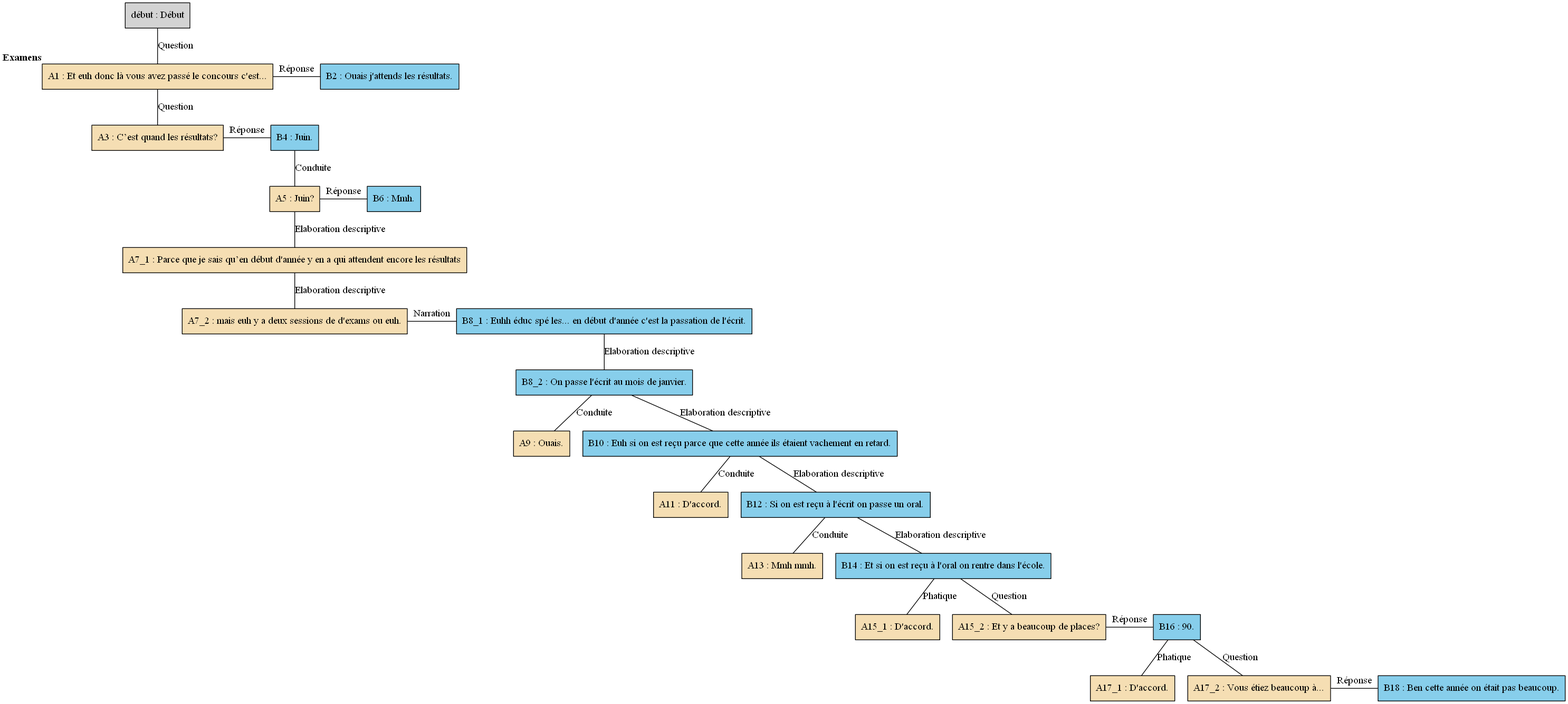
Above: arbres/Concours/Concours_-_E02.gv.png in AlaixComet/AnnotationSlamPTut (Graphviz), before the change. Its source is kept beside it as arbres/Concours/Concours_-_E02.gv. The source it was exported from:
```dot
digraph E02 {
	node [shape=box style=filled]
	"début" [label="début : Début" xlabel=""]
	A1 [label="A1 : Et euh donc là vous avez passé le concours c'est..." fillcolor=wheat xlabel=<<B>Examens</B>>]
	B2 [label="B2 : Ouais j'attends les résultats." fillcolor=skyblue xlabel=""]
	A3 [label="A3 : C’est quand les résultats?" fillcolor=wheat xlabel=""]
	B4 [label="B4 : Juin." fillcolor=skyblue xlabel=""]
	A5 [label="A5 : Juin?" fillcolor=wheat xlabel=""]
	B6 [label="B6 : Mmh." fillcolor=skyblue xlabel=""]
	A7_1 [label="A7_1 : Parce que je sais qu’en début d'année y en a qui attendent encore les résultats" fillcolor=wheat xlabel=""]
	A7_2 [label="A7_2 : mais euh y a deux sessions de d'exams ou euh." fillcolor=wheat xlabel=""]
	B8_1 [label="B8_1 : Euhh éduc spé les... en début d'année c'est la passation de l'écrit." fillcolor=skyblue xlabel=""]
	B8_2 [label="B8_2 : On passe l'écrit au mois de janvier." fillcolor=skyblue xlabel=""]
	A9 [label="A9 : Ouais." fillcolor=wheat xlabel=""]
	B10 [label="B10 : Euh si on est reçu parce que cette année ils étaient vachement en retard." fillcolor=skyblue xlabel=""]
	A11 [label="A11 : D'accord." fillcolor=wheat xlabel=""]
	B12 [label="B12 : Si on est reçu à l'écrit on passe un oral." fillcolor=skyblue xlabel=""]
	A13 [label="A13 : Mmh mmh." fillcolor=wheat xlabel=""]
	B14 [label="B14 : Et si on est reçu à l'oral on rentre dans l'école." fillcolor=skyblue xlabel=""]
	A15_1 [label="A15_1 : D'accord." fillcolor=wheat xlabel=""]
	A15_2 [label="A15_2 : Et y a beaucoup de places?" fillcolor=wheat xlabel=""]
	B16 [label="B16 : 90." fillcolor=skyblue xlabel=""]
	A17_1 [label="A17_1 : D'accord." fillcolor=wheat xlabel=""]
	A17_2 [label="A17_2 : Vous étiez beaucoup à..." fillcolor=wheat xlabel=""]
	B18 [label="B18 : Ben cette année on était pas beaucoup." fillcolor=skyblue xlabel=""]
	{
		rank=same
		A1
		B2
		A1 -> B2 [label="Réponse" dir=none]
	}
	A1 -> A3 [label=Question dir=none]
	{
		rank=same
		A3
		B4
		A3 -> B4 [label="Réponse" dir=none]
	}
	B4 -> A5 [label=Conduite dir=none]
	"début" -> A1 [label=Question dir=none]
	{
		rank=same
		A5
		B6
		A5 -> B6 [label="Réponse" dir=none]
	}
	A5 -> A7_1 [label="Elaboration descriptive" dir=none]
	A7_1 -> A7_2 [label="Elaboration descriptive" dir=none]
	B14 -> A15_1 [label=Phatique dir=none]
	B14 -> A15_2 [label=Question dir=none]
	{
		rank=same
		A15_2
		B16
		A15_2 -> B16 [label="Réponse" dir=none]
	}
	B16 -> A17_2 [label=Question dir=none]
	B16 -> A17_1 [label=Phatique dir=none]
	{
		rank=same
		A17_2
		B18
		A17_2 -> B18 [label="Réponse" dir=none]
	}
	{
		rank=same
		A7_2
		B8_1
		A7_2 -> B8_1 [label=Narration dir=none]
	}
	B8_1 -> B8_2 [label="Elaboration descriptive" dir=none]
	B8_2 -> A9 [label=Conduite dir=none]
	B8_2 -> B10 [label="Elaboration descriptive" dir=none]
	B10 -> A11 [label=Conduite dir=none]
	B12 -> A13 [label=Conduite dir=none]
	B12 -> B14 [label="Elaboration descriptive" dir=none]
	B10 -> B12 [label="Elaboration descriptive" dir=none]
}
```
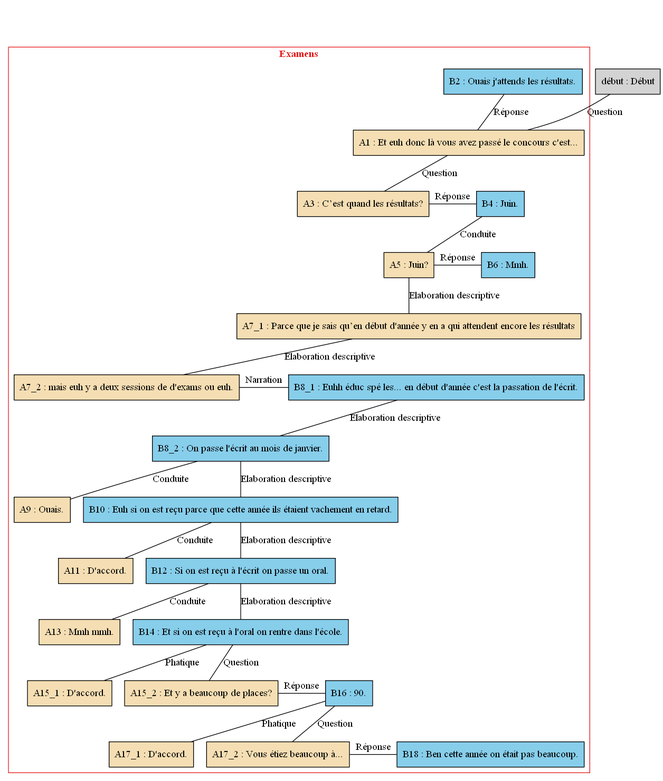
After the change.

What changed in the source:
```diff
@@ -1,78 +1,85 @@
 digraph E02 {
 	node [shape=box style=filled]
-	"début" [label="début : Début" xlabel=""]
-	A1 [label="A1 : Et euh donc là vous avez passé le concours c'est..." fillcolor=wheat xlabel=<<B>Examens</B>>]
-	B2 [label="B2 : Ouais j'attends les résultats." fillcolor=skyblue xlabel=""]
-	A3 [label="A3 : C’est quand les résultats?" fillcolor=wheat xlabel=""]
-	B4 [label="B4 : Juin." fillcolor=skyblue xlabel=""]
-	A5 [label="A5 : Juin?" fillcolor=wheat xlabel=""]
-	B6 [label="B6 : Mmh." fillcolor=skyblue xlabel=""]
-	A7_1 [label="A7_1 : Parce que je sais qu’en début d'année y en a qui attendent encore les résultats" fillcolor=wheat xlabel=""]
-	A7_2 [label="A7_2 : mais euh y a deux sessions de d'exams ou euh." fillcolor=wheat xlabel=""]
-	B8_1 [label="B8_1 : Euhh éduc spé les... en début d'année c'est la passation de l'écrit." fillcolor=skyblue xlabel=""]
-	B8_2 [label="B8_2 : On passe l'écrit au mois de janvier." fillcolor=skyblue xlabel=""]
-	A9 [label="A9 : Ouais." fillcolor=wheat xlabel=""]
-	B10 [label="B10 : Euh si on est reçu parce que cette année ils étaient vachement en retard." fillcolor=skyblue xlabel=""]
-	A11 [label="A11 : D'accord." fillcolor=wheat xlabel=""]
-	B12 [label="B12 : Si on est reçu à l'écrit on passe un oral." fillcolor=skyblue xlabel=""]
-	A13 [label="A13 : Mmh mmh." fillcolor=wheat xlabel=""]
-	B14 [label="B14 : Et si on est reçu à l'oral on rentre dans l'école." fillcolor=skyblue xlabel=""]
-	A15_1 [label="A15_1 : D'accord." fillcolor=wheat xlabel=""]
-	A15_2 [label="A15_2 : Et y a beaucoup de places?" fillcolor=wheat xlabel=""]
-	B16 [label="B16 : 90." fillcolor=skyblue xlabel=""]
-	A17_1 [label="A17_1 : D'accord." fillcolor=wheat xlabel=""]
-	A17_2 [label="A17_2 : Vous étiez beaucoup à..." fillcolor=wheat xlabel=""]
-	B18 [label="B18 : Ben cette année on était pas beaucoup." fillcolor=skyblue xlabel=""]
-	{
-		rank=same
+	newrank=true
+	zero [style=invis]
+	"début" [label="début : Début"]
+	A1 [label="A1 : Et euh donc là vous avez passé le concours c'est..." fillcolor=wheat]
+	B2 [label="B2 : Ouais j'attends les résultats." fillcolor=skyblue]
+	A3 [label="A3 : C’est quand les résultats?" fillcolor=wheat]
+	B4 [label="B4 : Juin." fillcolor=skyblue]
+	A5 [label="A5 : Juin?" fillcolor=wheat]
+	B6 [label="B6 : Mmh." fillcolor=skyblue]
+	A7_1 [label="A7_1 : Parce que je sais qu’en début d'année y en a qui attendent encore les résultats" fillcolor=wheat]
+	A7_2 [label="A7_2 : mais euh y a deux sessions de d'exams ou euh." fillcolor=wheat]
+	B8_1 [label="B8_1 : Euhh éduc spé les... en début d'année c'est la passation de l'écrit." fillcolor=skyblue]
+	B8_2 [label="B8_2 : On passe l'écrit au mois de janvier." fillcolor=skyblue]
+	A9 [label="A9 : Ouais." fillcolor=wheat]
+	B10 [label="B10 : Euh si on est reçu parce que cette année ils étaient vachement en retard." fillcolor=skyblue]
+	A11 [label="A11 : D'accord." fillcolor=wheat]
+	B12 [label="B12 : Si on est reçu à l'écrit on passe un oral." fillcolor=skyblue]
+	A13 [label="A13 : Mmh mmh." fillcolor=wheat]
+	B14 [label="B14 : Et si on est reçu à l'oral on rentre dans l'école." fillcolor=skyblue]
+	A15_1 [label="A15_1 : D'accord." fillcolor=wheat]
+	A15_2 [label="A15_2 : Et y a beaucoup de places?" fillcolor=wheat]
+	B16 [label="B16 : 90." fillcolor=skyblue]
+	A17_1 [label="A17_1 : D'accord." fillcolor=wheat]
+	A17_2 [label="A17_2 : Vous étiez beaucoup à..." fillcolor=wheat]
+	B18 [label="B18 : Ben cette année on était pas beaucoup." fillcolor=skyblue]
+	zero -> "début" [label="" style=invis]
+	zero -> B2 [style=invis weight=1]
+	A1 -> B2 [label="Réponse" constraint=false dir=none]
+	A1 -> A3 [label=Question dir=none weight=2]
+	A1 -> B4 [style=invis weight=1]
+	A3 -> B4 [label="Réponse" constraint=false dir=none]
+	B4 -> A5 [label=Conduite dir=none weight=2]
+	"début" -> A1 [label=Question dir=none weight=2]
+	B4 -> B6 [style=invis weight=1]
+	A5 -> B6 [label="Réponse" constraint=false dir=none]
+	A5 -> A7_1 [label="Elaboration descriptive" dir=none weight=2]
+	A7_1 -> A7_2 [label="Elaboration descriptive" dir=none weight=2]
+	B14 -> A15_1 [label=Phatique dir=none weight=2]
+	B14 -> A15_2 [label=Question dir=none weight=2]
+	B14 -> B16 [style=invis weight=1]
+	A15_2 -> B16 [label="Réponse" constraint=false dir=none]
+	B16 -> A17_2 [label=Question dir=none weight=2]
+	B16 -> A17_1 [label=Phatique dir=none weight=2]
+	B16 -> B18 [style=invis weight=1]
+	A17_2 -> B18 [label="Réponse" constraint=false dir=none]
+	A7_1 -> B8_1 [style=invis weight=1]
+	A7_2 -> B8_1 [label=Narration constraint=false dir=none]
+	B8_1 -> B8_2 [label="Elaboration descriptive" dir=none weight=2]
+	B8_2 -> A9 [label=Conduite dir=none weight=2]
+	B8_2 -> B10 [label="Elaboration descriptive" dir=none weight=2]
+	B10 -> A11 [label=Conduite dir=none weight=2]
+	B12 -> A13 [label=Conduite dir=none weight=2]
+	B12 -> B14 [label="Elaboration descriptive" dir=none weight=2]
+	B10 -> B12 [label="Elaboration descriptive" dir=none weight=2]
+	subgraph cluster_1 {
+		label=<<B>Examens</B>>
+		colorscheme=set19
+		color=1
+		fontcolor=1
 		A1
 		B2
-		A1 -> B2 [label="Réponse" dir=none]
-	}
-	A1 -> A3 [label=Question dir=none]
-	{
-		rank=same
 		A3
 		B4
-		A3 -> B4 [label="Réponse" dir=none]
-	}
-	B4 -> A5 [label=Conduite dir=none]
-	"début" -> A1 [label=Question dir=none]
-	{
-		rank=same
 		A5
 		B6
-		A5 -> B6 [label="Réponse" dir=none]
-	}
-	A5 -> A7_1 [label="Elaboration descriptive" dir=none]
-	A7_1 -> A7_2 [label="Elaboration descriptive" dir=none]
-	B14 -> A15_1 [label=Phatique dir=none]
-	B14 -> A15_2 [label=Question dir=none]
-	{
-		rank=same
+		A7_1
+		A7_2
+		B8_1
+		B8_2
+		A9
+		B10
+		A11
+		B12
+		A13
+		B14
+		A15_1
 		A15_2
 		B16
-		A15_2 -> B16 [label="Réponse" dir=none]
-	}
-	B16 -> A17_2 [label=Question dir=none]
-	B16 -> A17_1 [label=Phatique dir=none]
-	{
-		rank=same
+		A17_1
 		A17_2
 		B18
-		A17_2 -> B18 [label="Réponse" dir=none]
 	}
-	{
-		rank=same
-		A7_2
-		B8_1
-		A7_2 -> B8_1 [label=Narration dir=none]
-	}
-	B8_1 -> B8_2 [label="Elaboration descriptive" dir=none]
-	B8_2 -> A9 [label=Conduite dir=none]
-	B8_2 -> B10 [label="Elaboration descriptive" dir=none]
-	B10 -> A11 [label=Conduite dir=none]
-	B12 -> A13 [label=Conduite dir=none]
-	B12 -> B14 [label="Elaboration descriptive" dir=none]
-	B10 -> B12 [label="Elaboration descriptive" dir=none]
 }
```
